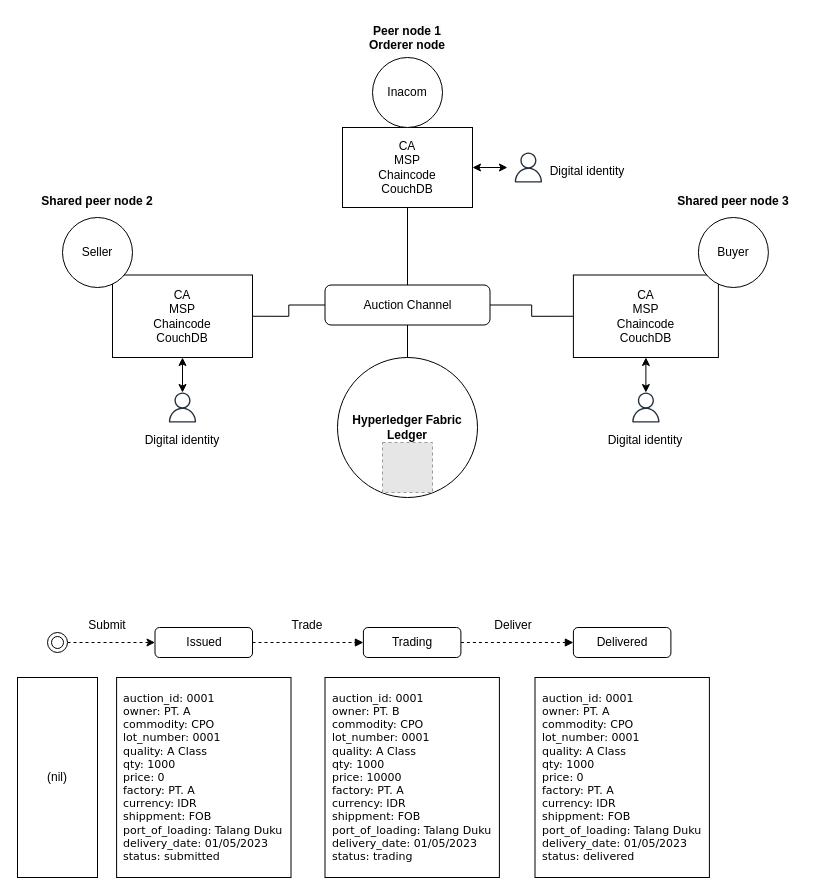
Earlier version of the draw.io diagram HFL Configuration.drawio (ariesharry/Diagrams). Source tidied: cells renumbered, new cells numbered last; positions are measured from the earlier drawing's top-left corner, leaving out a move shared by most shapes. Both pictures are drawn from the tidied source at 100%, with x=0, y=0 at pixel (17, 17). Pictures stored in the file or linked from it are replaced by grey dashed boxes.
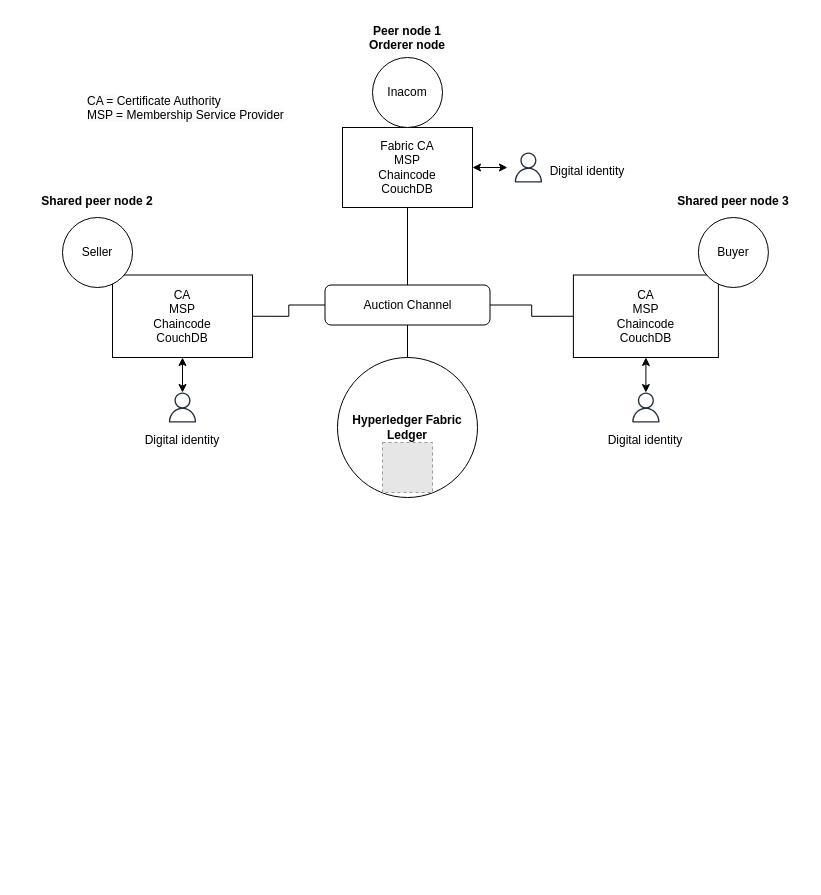
The same diagram, later.

What changed in the source:
```diff
@@
-    <mxCell id="8" value="CA&lt;br style=&quot;border-color: var(--border-color);&quot;&gt;MSP&lt;br&gt;Chaincode&lt;br&gt;CouchDB" style="rounded=0;whiteSpace=wrap;html=1;" parent="1" vertex="1">
+    <mxCell id="8" value="Fabric CA&lt;br style=&quot;border-color: var(--border-color);&quot;&gt;MSP&lt;br&gt;Chaincode&lt;br&gt;CouchDB" style="rounded=0;whiteSpace=wrap;html=1;" parent="1" vertex="1">
       <mxGeometry x="325" y="110" width="130" height="80" as="geometry" />
     </mxCell>
@@
-    <mxCell id="15" value="Issued" style="rounded=1;whiteSpace=wrap;html=1;" parent="1" vertex="1">
-      <mxGeometry x="137.5" y="610" width="97.5" height="30" as="geometry" />
-    </mxCell>
-    <mxCell id="16" style="edgeStyle=orthogonalEdgeStyle;rounded=0;jettySize=auto;html=1;exitX=1;exitY=0.5;exitDx=0;exitDy=0;entryX=0;entryY=0.5;entryDx=0;entryDy=0;dashed=1;endArrow=block;endFill=1;" parent="1" edge="1" source="15" target="18">
-      <mxGeometry relative="1" as="geometry" />
-    </mxCell>
-    <mxCell id="17" style="edgeStyle=orthogonalEdgeStyle;rounded=0;jettySize=auto;html=1;exitX=1;exitY=0.5;exitDx=0;exitDy=0;dashed=1;endArrow=block;endFill=1;" parent="1" edge="1" source="18" target="19">
-      <mxGeometry relative="1" as="geometry" />
-    </mxCell>
-    <mxCell id="18" value="Trading" style="rounded=1;whiteSpace=wrap;html=1;" parent="1" vertex="1">
-      <mxGeometry x="345.9" y="610" width="97.5" height="30" as="geometry" />
-    </mxCell>
-    <mxCell id="19" value="Delivered" style="rounded=1;whiteSpace=wrap;html=1;" parent="1" vertex="1">
-      <mxGeometry x="555.9" y="610" width="97.5" height="30" as="geometry" />
-    </mxCell>
-    <mxCell id="20" style="edgeStyle=orthogonalEdgeStyle;rounded=0;jettySize=auto;html=1;exitX=1;exitY=0.5;exitDx=0;exitDy=0;dashed=1;" parent="1" edge="1" source="21" target="15">
-      <mxGeometry relative="1" as="geometry" />
-    </mxCell>
-    <mxCell id="21" style="ellipse;shape=doubleEllipse;html=1;dashed=0;whiteSpace=wrap;" parent="1" vertex="1">
-      <mxGeometry x="30" y="615" width="20" height="20" as="geometry" />
-    </mxCell>
-    <mxCell id="22" value="(nil)" style="rounded=0;whiteSpace=wrap;html=1;" parent="1" vertex="1">
-      <mxGeometry y="660" width="80" height="200" as="geometry" />
-    </mxCell>
-    <mxCell id="23" value="&lt;div style=&quot;font-size: 11px;&quot;&gt;auction_id: 0001&lt;/div&gt;&lt;div style=&quot;font-size: 11px;&quot;&gt;owner: PT. A&lt;/div&gt;&lt;div style=&quot;font-size: 11px;&quot;&gt;commodity: CPO&lt;/div&gt;&lt;div style=&quot;font-size: 11px;&quot;&gt;lot_number: 0001&lt;/div&gt;&lt;div style=&quot;font-size: 11px;&quot;&gt;quality: A Class&lt;/div&gt;&lt;div style=&quot;font-size: 11px;&quot;&gt;qty: 1000&lt;/div&gt;&lt;div style=&quot;font-size: 11px;&quot;&gt;price: 0&lt;/div&gt;&lt;div style=&quot;font-size: 11px;&quot;&gt;factory: PT. A&lt;/div&gt;&lt;div style=&quot;font-size: 11px;&quot;&gt;currency: IDR&lt;/div&gt;&lt;div style=&quot;font-size: 11px;&quot;&gt;shippment: FOB&lt;/div&gt;&lt;div style=&quot;font-size: 11px;&quot;&gt;port_of_loading: Talang Duku&lt;span style=&quot;font-size: 11px;&quot;&gt;&lt;/span&gt;&lt;/div&gt;&lt;div style=&quot;font-size: 11px;&quot;&gt;delivery_date: 01/05/2023&lt;/div&gt;&lt;div style=&quot;font-size: 11px;&quot;&gt;status: submitted&lt;/div&gt;" style="rounded=0;whiteSpace=wrap;html=1;align=left;fontFamily=Verdana;labelBackgroundColor=none;spacingLeft=5;fontSize=11;" parent="1" vertex="1">
-      <mxGeometry x="99.1" y="660" width="174.4" height="200" as="geometry" />
-    </mxCell>
-    <mxCell id="24" value="&lt;div style=&quot;font-size: 11px;&quot;&gt;auction_id: 0001&lt;/div&gt;&lt;div style=&quot;font-size: 11px;&quot;&gt;owner: PT. B&lt;/div&gt;&lt;div style=&quot;font-size: 11px;&quot;&gt;commodity: CPO&lt;/div&gt;&lt;div style=&quot;font-size: 11px;&quot;&gt;lot_number: 0001&lt;/div&gt;&lt;div style=&quot;font-size: 11px;&quot;&gt;quality: A Class&lt;/div&gt;&lt;div style=&quot;font-size: 11px;&quot;&gt;qty: 1000&lt;/div&gt;&lt;div style=&quot;font-size: 11px;&quot;&gt;price: 10000&lt;/div&gt;&lt;div style=&quot;font-size: 11px;&quot;&gt;factory: PT. A&lt;/div&gt;&lt;div style=&quot;font-size: 11px;&quot;&gt;currency: IDR&lt;/div&gt;&lt;div style=&quot;font-size: 11px;&quot;&gt;shippment: FOB&lt;/div&gt;&lt;div style=&quot;font-size: 11px;&quot;&gt;port_of_loading: Talang Duku&lt;span style=&quot;font-size: 11px;&quot;&gt;&lt;/span&gt;&lt;/div&gt;&lt;div style=&quot;font-size: 11px;&quot;&gt;delivery_date: 01/05/2023&lt;/div&gt;&lt;div style=&quot;font-size: 11px;&quot;&gt;status: trading&lt;/div&gt;" style="rounded=0;whiteSpace=wrap;html=1;align=left;fontFamily=Verdana;labelBackgroundColor=none;spacingLeft=5;fontSize=11;" parent="1" vertex="1">
-      <mxGeometry x="307.5" y="660" width="174.4" height="200" as="geometry" />
-    </mxCell>
-    <mxCell id="25" value="&lt;div style=&quot;font-size: 11px;&quot;&gt;auction_id: 0001&lt;/div&gt;&lt;div style=&quot;font-size: 11px;&quot;&gt;owner: PT. A&lt;/div&gt;&lt;div style=&quot;font-size: 11px;&quot;&gt;commodity: CPO&lt;/div&gt;&lt;div style=&quot;font-size: 11px;&quot;&gt;lot_number: 0001&lt;/div&gt;&lt;div style=&quot;font-size: 11px;&quot;&gt;quality: A Class&lt;/div&gt;&lt;div style=&quot;font-size: 11px;&quot;&gt;qty: 1000&lt;/div&gt;&lt;div style=&quot;font-size: 11px;&quot;&gt;price: 0&lt;/div&gt;&lt;div style=&quot;font-size: 11px;&quot;&gt;factory: PT. A&lt;/div&gt;&lt;div style=&quot;font-size: 11px;&quot;&gt;currency: IDR&lt;/div&gt;&lt;div style=&quot;font-size: 11px;&quot;&gt;shippment: FOB&lt;/div&gt;&lt;div style=&quot;font-size: 11px;&quot;&gt;port_of_loading: Talang Duku&lt;span style=&quot;font-size: 11px;&quot;&gt;&lt;/span&gt;&lt;/div&gt;&lt;div style=&quot;font-size: 11px;&quot;&gt;delivery_date: 01/05/2023&lt;/div&gt;&lt;div style=&quot;font-size: 11px;&quot;&gt;status: delivered&lt;/div&gt;" style="rounded=0;whiteSpace=wrap;html=1;align=left;fontFamily=Verdana;labelBackgroundColor=none;spacingLeft=5;fontSize=11;" parent="1" vertex="1">
-      <mxGeometry x="517.5" y="660" width="174.4" height="200" as="geometry" />
-    </mxCell>
-    <mxCell id="26" value="Submit" style="text;html=1;strokeColor=none;fillColor=none;align=center;verticalAlign=middle;whiteSpace=wrap;rounded=0;" parent="1" vertex="1">
-      <mxGeometry x="60" y="593" width="60" height="30" as="geometry" />
-    </mxCell>
-    <mxCell id="27" value="Deliver" style="text;html=1;strokeColor=none;fillColor=none;align=center;verticalAlign=middle;whiteSpace=wrap;rounded=0;" parent="1" vertex="1">
-      <mxGeometry x="465.9" y="593" width="60" height="30" as="geometry" />
-    </mxCell>
-    <mxCell id="28" value="Trade" style="text;html=1;strokeColor=none;fillColor=none;align=center;verticalAlign=middle;whiteSpace=wrap;rounded=0;" parent="1" vertex="1">
-      <mxGeometry x="260" y="593" width="60" height="30" as="geometry" />
-    </mxCell>
@@
+    <mxCell id="41" value="&lt;span style=&quot;color: rgb(0, 0, 0); font-family: Helvetica; font-size: 12px; font-style: normal; font-variant-ligatures: normal; font-variant-caps: normal; font-weight: 400; letter-spacing: normal; orphans: 2; text-align: center; text-indent: 0px; text-transform: none; widows: 2; word-spacing: 0px; -webkit-text-stroke-width: 0px; background-color: rgb(251, 251, 251); text-decoration-thickness: initial; text-decoration-style: initial; text-decoration-color: initial; float: none; display: inline !important;&quot;&gt;CA =&amp;nbsp;&lt;/span&gt;Certificate Authority&lt;br style=&quot;border-color: var(--border-color); color: rgb(0, 0, 0); font-family: Helvetica; font-size: 12px; font-style: normal; font-variant-ligatures: normal; font-variant-caps: normal; font-weight: 400; letter-spacing: normal; orphans: 2; text-align: center; text-indent: 0px; text-transform: none; widows: 2; word-spacing: 0px; -webkit-text-stroke-width: 0px; background-color: rgb(251, 251, 251); text-decoration-thickness: initial; text-decoration-style: initial; text-decoration-color: initial;&quot;&gt;&lt;span style=&quot;color: rgb(0, 0, 0); font-family: Helvetica; font-size: 12px; font-style: normal; font-variant-ligatures: normal; font-variant-caps: normal; font-weight: 400; letter-spacing: normal; orphans: 2; text-align: center; text-indent: 0px; text-transform: none; widows: 2; word-spacing: 0px; -webkit-text-stroke-width: 0px; background-color: rgb(251, 251, 251); text-decoration-thickness: initial; text-decoration-style: initial; text-decoration-color: initial; float: none; display: inline !important;&quot;&gt;MSP =&amp;nbsp;Membership Service Provider&lt;/span&gt;" style="text;whiteSpace=wrap;html=1;" parent="1" vertex="1">
+      <mxGeometry x="68.4" y="70" width="205" height="50" as="geometry" />
+    </mxCell>
```
